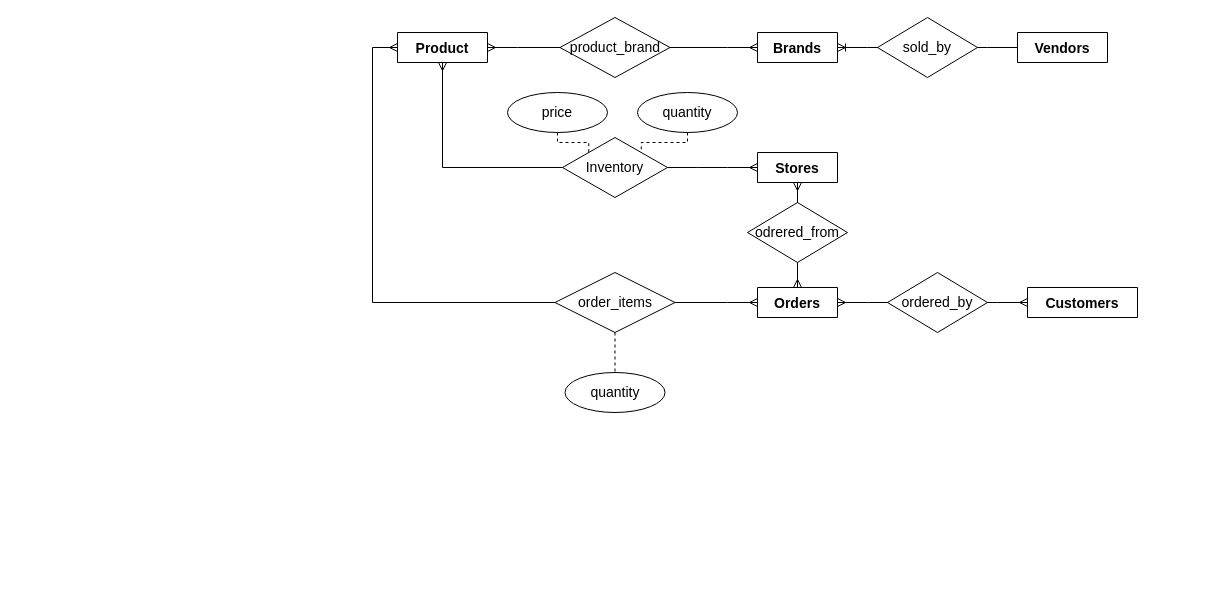
Above: project_er_diagram.drawio in AsselyaRaim/Databases-2021 (draw.io), before the change. Source tidied: cells renumbered, new cells numbered last; positions are measured from the earlier drawing's top-left corner, leaving out a move shared by most shapes. Both pictures are drawn from the tidied source at 100%, with x=0, y=0 at pixel (372, 17).
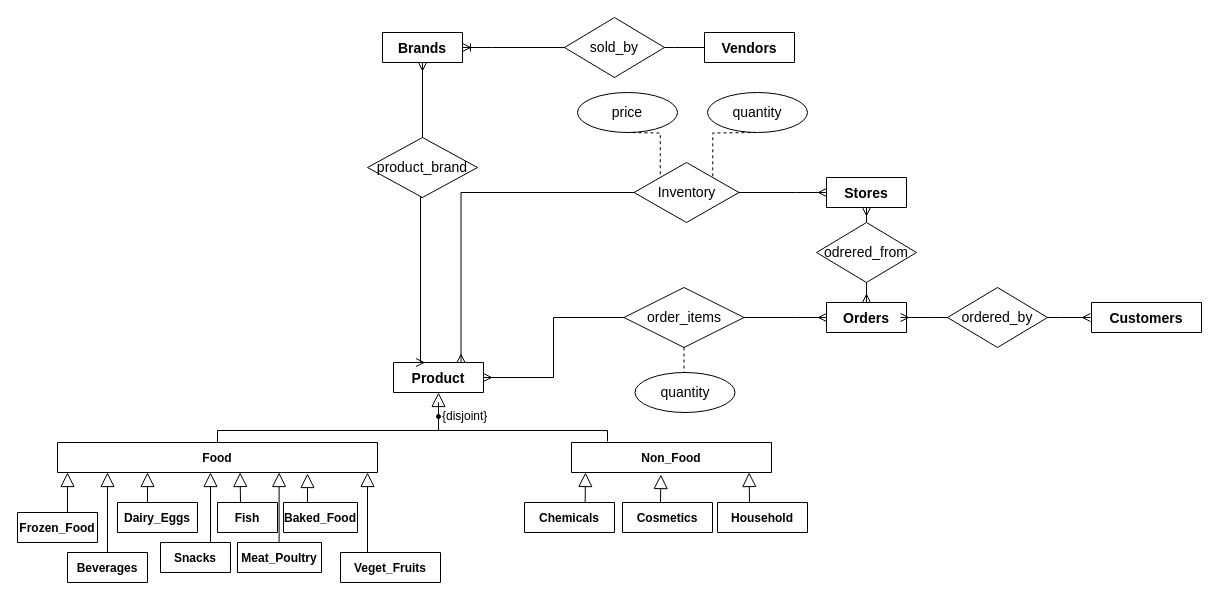
The same diagram, later.

Diff of the diagram source:
```diff
@@
     <mxCell id="2" value="Product" style="shape=table;startSize=30;childLayout=tableLayout;rowLines=0;fontStyle=1;align=center;fontSize=14;" parent="1" vertex="1" collapsed="1">
-      <mxGeometry x="25" y="15" width="90" height="30" as="geometry" />
+      <mxGeometry x="21" y="345" width="90" height="30" as="geometry" />
     </mxCell>
     <mxCell id="3" value="Brands" style="shape=table;startSize=30;childLayout=tableLayout;rowLines=0;fontStyle=1;align=center;fontSize=14;" parent="1" vertex="1" collapsed="1">
-      <mxGeometry x="385" y="15" width="80" height="30" as="geometry" />
+      <mxGeometry x="10" y="15" width="80" height="30" as="geometry" />
     </mxCell>
     <mxCell id="4" value="Vendors" style="shape=table;startSize=30;childLayout=tableLayout;rowLines=0;fontStyle=1;align=center;fontSize=14;" parent="1" vertex="1" collapsed="1">
-      <mxGeometry x="645" y="15" width="90" height="30" as="geometry" />
+      <mxGeometry x="332" y="15" width="90" height="30" as="geometry" />
     </mxCell>
     <mxCell id="5" value="Stores" style="shape=table;startSize=30;childLayout=tableLayout;rowLines=0;fontStyle=1;align=center;fontSize=14;" parent="1" vertex="1" collapsed="1">
-      <mxGeometry x="385" y="135" width="80" height="30" as="geometry" />
+      <mxGeometry x="454" y="160" width="80" height="30" as="geometry" />
     </mxCell>
     <mxCell id="6" value="Orders" style="shape=table;startSize=30;childLayout=tableLayout;rowLines=0;fontStyle=1;align=center;fontSize=14;" parent="1" vertex="1" collapsed="1">
-      <mxGeometry x="385" y="270" width="80" height="30" as="geometry" />
+      <mxGeometry x="454" y="285" width="80" height="30" as="geometry" />
     </mxCell>
     <mxCell id="7" value="Customers" style="shape=table;startSize=30;childLayout=tableLayout;rowLines=0;fontStyle=1;align=center;fontSize=14;" parent="1" vertex="1" collapsed="1">
-      <mxGeometry x="655" y="270" width="110" height="30" as="geometry" />
+      <mxGeometry x="719" y="285" width="110" height="30" as="geometry" />
     </mxCell>
     <mxCell id="8" value="Inventory" style="shape=rhombus;perimeter=rhombusPerimeter;whiteSpace=wrap;html=1;align=center;fontSize=14;" parent="1" vertex="1">
-      <mxGeometry x="190" y="120" width="105" height="60" as="geometry" />
+      <mxGeometry x="261.5" y="145" width="105" height="60" as="geometry" />
     </mxCell>
     <mxCell id="9" value="order_items" style="shape=rhombus;perimeter=rhombusPerimeter;whiteSpace=wrap;html=1;align=center;fontSize=14;" parent="1" vertex="1">
-      <mxGeometry x="182.5" y="255" width="120" height="60" as="geometry" />
+      <mxGeometry x="251.5" y="270" width="120" height="60" as="geometry" />
     </mxCell>
-    <mxCell id="10" style="edgeStyle=entityRelationEdgeStyle;fontSize=12;html=1;endArrow=ERmany;startArrow=ERmany;rounded=0;exitX=1;exitY=0.5;exitDx=0;exitDy=0;entryX=0;entryY=0.5;entryDx=0;entryDy=0;" parent="1" edge="1" source="2" target="3">
+    <mxCell id="10" style="edgeStyle=orthogonalEdgeStyle;fontSize=12;html=1;endArrow=ERmany;startArrow=none;rounded=0;exitX=0.5;exitY=0;exitDx=0;exitDy=0;entryX=0.5;entryY=1;entryDx=0;entryDy=0;" parent="1" edge="1" source="11" target="3">
       <mxGeometry relative="1" as="geometry" />
     </mxCell>
-    <mxCell id="11" value="product_brand" style="shape=rhombus;perimeter=rhombusPerimeter;whiteSpace=wrap;html=1;align=center;fontSize=14;" parent="1" vertex="1">
-      <mxGeometry x="187.5" width="110" height="60" as="geometry" />
-    </mxCell>
@@
     <mxCell id="13" value="sold_by" style="shape=rhombus;perimeter=rhombusPerimeter;whiteSpace=wrap;html=1;align=center;fontSize=14;" parent="1" vertex="1">
-      <mxGeometry x="505" width="100" height="60" as="geometry" />
+      <mxGeometry x="192" width="100" height="60" as="geometry" />
     </mxCell>
@@
-    <mxCell id="15" style="edgeStyle=orthogonalEdgeStyle;fontSize=12;html=1;endArrow=ERmany;rounded=0;entryX=0.5;entryY=1;entryDx=0;entryDy=0;exitX=0;exitY=0.5;exitDx=0;exitDy=0;" parent="1" edge="1" source="8" target="2">
-      <mxGeometry relative="1" as="geometry">
-        <Array as="points">
-          <mxPoint x="70" y="150" />
-        </Array>
-      </mxGeometry>
+    <mxCell id="15" style="edgeStyle=orthogonalEdgeStyle;fontSize=12;html=1;endArrow=ERmany;rounded=0;exitX=0;exitY=0.5;exitDx=0;exitDy=0;entryX=0.75;entryY=0;entryDx=0;entryDy=0;" parent="1" edge="1" source="8" target="2">
+      <mxGeometry relative="1" as="geometry" />
     </mxCell>
-    <mxCell id="16" style="edgeStyle=elbowEdgeStyle;fontSize=12;html=1;endArrow=ERmany;rounded=0;entryX=0;entryY=0.5;entryDx=0;entryDy=0;exitX=0;exitY=0.5;exitDx=0;exitDy=0;" parent="1" edge="1" source="9" target="2">
-      <mxGeometry relative="1" as="geometry">
-        <Array as="points">
-          <mxPoint y="255" />
-        </Array>
-      </mxGeometry>
+    <mxCell id="16" style="edgeStyle=elbowEdgeStyle;fontSize=12;html=1;endArrow=ERmany;rounded=0;exitX=0;exitY=0.5;exitDx=0;exitDy=0;entryX=1;entryY=0.5;entryDx=0;entryDy=0;" parent="1" edge="1" source="9" target="2">
+      <mxGeometry relative="1" as="geometry" />
     </mxCell>
@@
-    <mxCell id="18" style="edgeStyle=entityRelationEdgeStyle;fontSize=12;html=1;endArrow=ERmany;startArrow=ERmany;rounded=0;exitX=1;exitY=0.5;exitDx=0;exitDy=0;entryX=0;entryY=0.5;entryDx=0;entryDy=0;" parent="1" edge="1" source="6" target="7">
-      <mxGeometry relative="1" as="geometry" />
+    <mxCell id="18" style="edgeStyle=entityRelationEdgeStyle;fontSize=12;html=1;endArrow=ERmany;startArrow=ERmany;rounded=0;exitX=1;exitY=0.5;exitDx=0;exitDy=0;entryX=0;entryY=0.5;entryDx=0;entryDy=0;" parent="1" edge="1">
+      <mxGeometry relative="1" as="geometry">
+        <mxPoint x="528" y="300" as="sourcePoint" />
+        <mxPoint x="718" y="300" as="targetPoint" />
+      </mxGeometry>
     </mxCell>
     <mxCell id="19" value="ordered_by" style="shape=rhombus;perimeter=rhombusPerimeter;whiteSpace=wrap;html=1;align=center;fontSize=14;" parent="1" vertex="1">
-      <mxGeometry x="515" y="255" width="100" height="60" as="geometry" />
+      <mxGeometry x="575" y="270" width="100" height="60" as="geometry" />
     </mxCell>
-    <mxCell id="20" style="edgeStyle=orthogonalEdgeStyle;fontSize=12;html=1;endArrow=ERmany;startArrow=ERmany;rounded=0;entryX=0.5;entryY=1;entryDx=0;entryDy=0;exitX=0.5;exitY=0;exitDx=0;exitDy=0;" parent="1" edge="1" source="6" target="5">
+    <mxCell id="20" style="edgeStyle=orthogonalEdgeStyle;fontSize=12;html=1;endArrow=ERmany;startArrow=none;rounded=0;entryX=0.5;entryY=1;entryDx=0;entryDy=0;exitX=0.5;exitY=0;exitDx=0;exitDy=0;" parent="1" edge="1" source="21" target="5">
       <mxGeometry relative="1" as="geometry" />
     </mxCell>
-    <mxCell id="21" value="odrered_from" style="shape=rhombus;perimeter=rhombusPerimeter;whiteSpace=wrap;html=1;align=center;fontSize=14;" parent="1" vertex="1">
-      <mxGeometry x="375" y="185" width="100" height="60" as="geometry" />
-    </mxCell>
     <mxCell id="22" value="price" style="ellipse;whiteSpace=wrap;html=1;align=center;fontSize=14;" parent="1" vertex="1">
-      <mxGeometry x="135" y="75" width="100" height="40" as="geometry" />
+      <mxGeometry x="205" y="75" width="100" height="40" as="geometry" />
     </mxCell>
     <mxCell id="23" value="quantity" style="ellipse;whiteSpace=wrap;html=1;align=center;fontSize=14;" parent="1" vertex="1">
-      <mxGeometry x="265" y="75" width="100" height="40" as="geometry" />
+      <mxGeometry x="335" y="75" width="100" height="40" as="geometry" />
     </mxCell>
     <mxCell id="24" value="quantity" style="ellipse;whiteSpace=wrap;html=1;align=center;fontSize=14;" parent="1" vertex="1">
-      <mxGeometry x="192.5" y="355" width="100" height="40" as="geometry" />
+      <mxGeometry x="262.5" y="355" width="100" height="40" as="geometry" />
     </mxCell>
-    <mxCell id="25" style="endArrow=none;html=1;rounded=0;fontSize=14;edgeStyle=orthogonalEdgeStyle;exitX=0.5;exitY=1;exitDx=0;exitDy=0;entryX=0;entryY=0;entryDx=0;entryDy=0;dashed=1;" parent="1" edge="1" source="22" target="8">
-      <mxGeometry relative="1" as="geometry" />
+    <mxCell id="25" style="endArrow=none;html=1;rounded=0;fontSize=14;edgeStyle=orthogonalEdgeStyle;exitX=0.5;exitY=1;exitDx=0;exitDy=0;entryX=0;entryY=0;entryDx=0;entryDy=0;dashed=1;" parent="1" edge="1" target="8">
+      <mxGeometry relative="1" as="geometry">
+        <mxPoint x="254" y="115" as="sourcePoint" />
+      </mxGeometry>
     </mxCell>
-    <mxCell id="26" style="endArrow=none;html=1;rounded=0;fontSize=14;edgeStyle=orthogonalEdgeStyle;exitX=0.5;exitY=1;exitDx=0;exitDy=0;entryX=1;entryY=0;entryDx=0;entryDy=0;dashed=1;" parent="1" edge="1" source="23" target="8">
-      <mxGeometry relative="1" as="geometry" />
+    <mxCell id="26" style="endArrow=none;html=1;rounded=0;fontSize=14;edgeStyle=orthogonalEdgeStyle;exitX=0.5;exitY=1;exitDx=0;exitDy=0;entryX=1;entryY=0;entryDx=0;entryDy=0;dashed=1;" parent="1" edge="1" target="8">
+      <mxGeometry relative="1" as="geometry">
+        <mxPoint x="384" y="115" as="sourcePoint" />
+      </mxGeometry>
     </mxCell>
-    <mxCell id="27" style="endArrow=none;html=1;rounded=0;dashed=1;fontSize=14;edgeStyle=orthogonalEdgeStyle;exitX=0.5;exitY=1;exitDx=0;exitDy=0;entryX=0.5;entryY=0;entryDx=0;entryDy=0;" parent="1" edge="1" source="9" target="24">
-      <mxGeometry relative="1" as="geometry" />
+    <mxCell id="27" style="endArrow=none;html=1;rounded=0;dashed=1;fontSize=14;edgeStyle=orthogonalEdgeStyle;exitX=0.5;exitY=1;exitDx=0;exitDy=0;entryX=0.5;entryY=0;entryDx=0;entryDy=0;" parent="1" edge="1" source="9">
+      <mxGeometry relative="1" as="geometry">
+        <mxPoint x="311.5" y="355" as="targetPoint" />
+      </mxGeometry>
     </mxCell>
+    <mxCell id="11" value="product_brand" style="shape=rhombus;perimeter=rhombusPerimeter;whiteSpace=wrap;html=1;align=center;fontSize=14;" parent="1" vertex="1">
+      <mxGeometry x="-5" y="120" width="110" height="60" as="geometry" />
+    </mxCell>
+    <mxCell id="28" style="edgeStyle=orthogonalEdgeStyle;fontSize=12;html=1;endArrow=none;startArrow=ERmany;rounded=0;exitX=0.25;exitY=0;exitDx=0;exitDy=0;entryX=0.5;entryY=1;entryDx=0;entryDy=0;" parent="1" edge="1" source="2" target="11">
+      <mxGeometry relative="1" as="geometry">
+        <Array as="points">
+          <mxPoint x="48" y="180" />
+        </Array>
+      </mxGeometry>
+    </mxCell>
+    <mxCell id="21" value="odrered_from" style="shape=rhombus;perimeter=rhombusPerimeter;whiteSpace=wrap;html=1;align=center;fontSize=14;" parent="1" vertex="1">
+      <mxGeometry x="444" y="205" width="100" height="60" as="geometry" />
+    </mxCell>
+    <mxCell id="29" style="edgeStyle=orthogonalEdgeStyle;fontSize=12;html=1;endArrow=none;startArrow=ERmany;rounded=0;entryX=0.5;entryY=1;entryDx=0;entryDy=0;exitX=0.5;exitY=0;exitDx=0;exitDy=0;" parent="1" edge="1" source="6" target="21">
+      <mxGeometry relative="1" as="geometry" />
+    </mxCell>
+    <mxCell id="30" value="{disjoint}" style="ellipse;html=1;fillColor=#000000;strokeColor=#000000;labelPosition=right;align=left;" parent="1" vertex="1">
+      <mxGeometry x="64" y="397" width="4" height="4" as="geometry" />
+    </mxCell>
+    <mxCell id="31" style="edgeStyle=elbowEdgeStyle;html=1;endSize=12;endArrow=block;endFill=0;elbow=horizontal;rounded=0;entryX=0.5;entryY=1;entryDx=0;entryDy=0;" parent="1" edge="1" source="30" target="2">
+      <mxGeometry x="1" relative="1" as="geometry">
+        <Array as="points">
+          <mxPoint x="66" y="385" />
+        </Array>
+      </mxGeometry>
+    </mxCell>
+    <mxCell id="32" style="edgeStyle=elbowEdgeStyle;html=1;elbow=vertical;verticalAlign=bottom;endArrow=none;rounded=0;" parent="1" edge="1">
+      <mxGeometry x="1" relative="1" as="geometry">
+        <mxPoint x="66" y="401" as="sourcePoint" />
+        <mxPoint x="235" y="424" as="targetPoint" />
+      </mxGeometry>
+    </mxCell>
+    <mxCell id="33" style="edgeStyle=elbowEdgeStyle;html=1;elbow=vertical;verticalAlign=bottom;endArrow=none;rounded=0;entryX=0.5;entryY=0;entryDx=0;entryDy=0;" parent="1" edge="1" source="30" target="34">
+      <mxGeometry x="1" relative="1" as="geometry" />
+    </mxCell>
+    <mxCell id="34" value="Food" style="shape=table;startSize=30;childLayout=tableLayout;rowLines=0;fontStyle=1;align=center;" parent="1" vertex="1" collapsed="1">
+      <mxGeometry x="-315" y="425" width="320" height="30" as="geometry" />
+    </mxCell>
+    <mxCell id="35" value="Non_Food" style="shape=table;startSize=30;childLayout=tableLayout;rowLines=0;fontStyle=1;align=center;" parent="1" vertex="1" collapsed="1">
+      <mxGeometry x="199" y="425" width="200" height="30" as="geometry" />
+    </mxCell>
+    <mxCell id="36" style="edgeStyle=none;html=1;endArrow=block;endFill=0;endSize=12;rounded=0;" parent="1" edge="1">
+      <mxGeometry relative="1" as="geometry">
+        <mxPoint x="-225" y="485" as="sourcePoint" />
+        <mxPoint x="-225" y="455" as="targetPoint" />
+      </mxGeometry>
+    </mxCell>
+    <mxCell id="37" style="edgeStyle=none;html=1;endArrow=block;endFill=0;endSize=12;rounded=0;" parent="1" edge="1">
+      <mxGeometry relative="1" as="geometry">
+        <mxPoint x="-162" y="525" as="sourcePoint" />
+        <mxPoint x="-162" y="455" as="targetPoint" />
+      </mxGeometry>
+    </mxCell>
+    <mxCell id="38" style="edgeStyle=none;html=1;endArrow=block;endFill=0;endSize=12;rounded=0;" parent="1" edge="1">
+      <mxGeometry relative="1" as="geometry">
+        <mxPoint x="-132" y="485" as="sourcePoint" />
+        <mxPoint x="-132.4" y="455" as="targetPoint" />
+      </mxGeometry>
+    </mxCell>
+    <mxCell id="39" style="edgeStyle=none;html=1;endArrow=block;endFill=0;endSize=12;rounded=0;" parent="1" edge="1">
+      <mxGeometry relative="1" as="geometry">
+        <mxPoint x="-93.4" y="535" as="sourcePoint" />
+        <mxPoint x="-93.4" y="455" as="targetPoint" />
+      </mxGeometry>
+    </mxCell>
+    <mxCell id="40" style="edgeStyle=none;html=1;endArrow=block;endFill=0;endSize=12;rounded=0;" parent="1" edge="1">
+      <mxGeometry relative="1" as="geometry">
+        <mxPoint x="-265" y="535" as="sourcePoint" />
+        <mxPoint x="-265" y="455" as="targetPoint" />
+      </mxGeometry>
+    </mxCell>
+    <mxCell id="41" value="Dairy_Eggs" style="shape=table;startSize=30;childLayout=tableLayout;rowLines=0;fontStyle=1;align=center;" parent="1" vertex="1" collapsed="1">
+      <mxGeometry x="-255" y="485" width="80" height="30" as="geometry" />
+    </mxCell>
+    <mxCell id="42" value="Snacks" style="shape=table;startSize=30;childLayout=tableLayout;rowLines=0;fontStyle=1;align=center;" parent="1" vertex="1" collapsed="1">
+      <mxGeometry x="-212" y="525" width="70" height="30" as="geometry" />
+    </mxCell>
+    <mxCell id="43" value="Beverages" style="shape=table;startSize=30;childLayout=tableLayout;rowLines=0;fontStyle=1;align=center;" parent="1" vertex="1" collapsed="1">
+      <mxGeometry x="-305" y="535" width="80" height="30" as="geometry" />
+    </mxCell>
+    <mxCell id="44" value="Meat_Poultry" style="shape=table;startSize=30;childLayout=tableLayout;rowLines=0;fontStyle=1;align=center;" parent="1" vertex="1" collapsed="1">
+      <mxGeometry x="-135" y="525" width="84" height="30" as="geometry" />
+    </mxCell>
+    <mxCell id="45" value="Fish" style="shape=table;startSize=30;childLayout=tableLayout;rowLines=0;fontStyle=1;align=center;" parent="1" vertex="1" collapsed="1">
+      <mxGeometry x="-155" y="485" width="60" height="30" as="geometry" />
+    </mxCell>
+    <mxCell id="46" style="edgeStyle=none;html=1;endArrow=block;endFill=0;endSize=12;rounded=0;" parent="1" edge="1">
+      <mxGeometry relative="1" as="geometry">
+        <mxPoint x="-305" y="495" as="sourcePoint" />
+        <mxPoint x="-305" y="455" as="targetPoint" />
+      </mxGeometry>
+    </mxCell>
+    <mxCell id="47" value="Frozen_Food" style="shape=table;startSize=30;childLayout=tableLayout;rowLines=0;fontStyle=1;align=center;" parent="1" vertex="1" collapsed="1">
+      <mxGeometry x="-355" y="495" width="80" height="30" as="geometry" />
+    </mxCell>
+    <mxCell id="48" style="edgeStyle=none;html=1;endArrow=block;endFill=0;endSize=12;rounded=0;" parent="1" edge="1">
+      <mxGeometry relative="1" as="geometry">
+        <mxPoint x="-65" y="493" as="sourcePoint" />
+        <mxPoint x="-65" y="456" as="targetPoint" />
+      </mxGeometry>
+    </mxCell>
+    <mxCell id="49" value="Baked_Food" style="shape=table;startSize=30;childLayout=tableLayout;rowLines=0;fontStyle=1;align=center;" parent="1" vertex="1" collapsed="1">
+      <mxGeometry x="-89" y="485" width="74" height="30" as="geometry" />
+    </mxCell>
+    <mxCell id="50" style="edgeStyle=none;html=1;endArrow=block;endFill=0;endSize=12;rounded=0;" parent="1" edge="1">
+      <mxGeometry relative="1" as="geometry">
+        <mxPoint x="-5" y="535" as="sourcePoint" />
+        <mxPoint x="-5" y="455" as="targetPoint" />
+      </mxGeometry>
+    </mxCell>
+    <mxCell id="51" value="Veget_Fruits" style="shape=table;startSize=30;childLayout=tableLayout;rowLines=0;fontStyle=1;align=center;" parent="1" vertex="1" collapsed="1">
+      <mxGeometry x="-32" y="535" width="100" height="30" as="geometry" />
+    </mxCell>
+    <mxCell id="52" value="Chemicals" style="shape=table;startSize=30;childLayout=tableLayout;rowLines=0;fontStyle=1;align=center;" parent="1" vertex="1" collapsed="1">
+      <mxGeometry x="152" y="485" width="90" height="30" as="geometry" />
+    </mxCell>
+    <mxCell id="53" value="Cosmetics" style="shape=table;startSize=30;childLayout=tableLayout;rowLines=0;fontStyle=1;align=center;" parent="1" vertex="1" collapsed="1">
+      <mxGeometry x="250" y="485" width="90" height="30" as="geometry" />
+    </mxCell>
+    <mxCell id="54" value="Household" style="shape=table;startSize=30;childLayout=tableLayout;rowLines=0;fontStyle=1;align=center;" parent="1" vertex="1" collapsed="1">
+      <mxGeometry x="345" y="485" width="90" height="30" as="geometry" />
+    </mxCell>
+    <mxCell id="55" style="edgeStyle=none;html=1;endArrow=block;endFill=0;endSize=12;rounded=0;exitX=0.674;exitY=0;exitDx=0;exitDy=0;exitPerimeter=0;" parent="1" edge="1" source="52">
+      <mxGeometry relative="1" as="geometry">
+        <mxPoint x="213" y="455" as="targetPoint" />
+      </mxGeometry>
+    </mxCell>
+    <mxCell id="56" style="edgeStyle=none;html=1;endArrow=block;endFill=0;endSize=12;rounded=0;entryX=0.447;entryY=1.067;entryDx=0;entryDy=0;exitX=0.422;exitY=0;exitDx=0;exitDy=0;exitPerimeter=0;entryPerimeter=0;" parent="1" edge="1" source="53" target="35">
+      <mxGeometry relative="1" as="geometry" />
+    </mxCell>
+    <mxCell id="57" style="edgeStyle=none;html=1;endArrow=block;endFill=0;endSize=12;rounded=0;" parent="1" edge="1">
+      <mxGeometry relative="1" as="geometry">
+        <mxPoint x="377" y="485" as="sourcePoint" />
+        <mxPoint x="376.6" y="455" as="targetPoint" />
+      </mxGeometry>
+    </mxCell>
```
